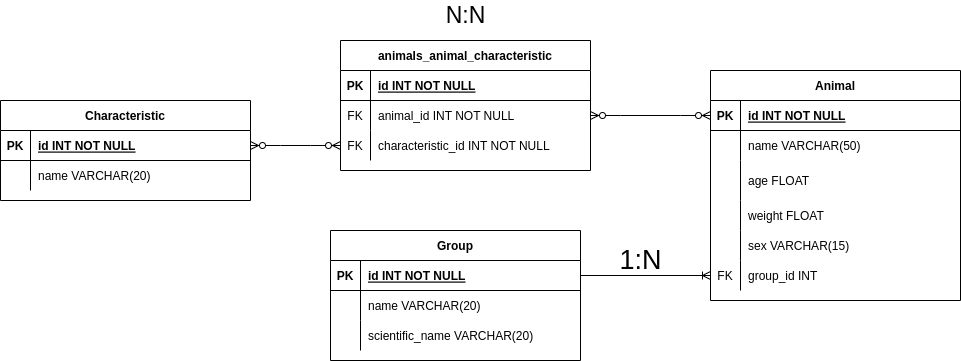
Earlier version of the draw.io export Kenzie Pet.drawio.png (guilopreti/kenzie-pet). Source tidied: cells renumbered, new cells last; positions are measured from the earlier drawing's top-left corner, leaving out a move shared by most shapes. Source of this version:
```xml
<mxGraphModel>
  <root>
    <mxCell id="0" />
    <mxCell id="1" parent="0" />
    <mxCell id="2" value="Characteristic" style="shape=table;startSize=30;rowLines=0;fontStyle=1;align=center;" parent="1" vertex="1">
      <mxGeometry y="100" width="250" height="100" as="geometry" />
    </mxCell>
    <mxCell id="3" style="shape=partialRectangle;fillColor=none;points=[[0,0.5],[1,0.5]];portConstraint=eastwest;top=0;left=0;right=0;bottom=1;" parent="2" vertex="1">
      <mxGeometry y="30" width="250" height="30" as="geometry" />
    </mxCell>
    <mxCell id="4" value="PK" style="shape=partialRectangle;overflow=hidden;fillColor=none;top=0;left=0;bottom=0;right=0;fontStyle=1;" parent="3" vertex="1">
      <mxGeometry width="30" height="30" as="geometry" />
    </mxCell>
    <mxCell id="5" value="id INT NOT NULL " style="shape=partialRectangle;overflow=hidden;fillColor=none;top=0;left=0;bottom=0;right=0;align=left;spacingLeft=6;fontStyle=5;" parent="3" vertex="1">
      <mxGeometry x="30" width="220" height="30" as="geometry" />
    </mxCell>
    <mxCell id="6" style="shape=partialRectangle;fillColor=none;top=0;left=0;right=0;bottom=0;" parent="2" vertex="1">
      <mxGeometry y="60" width="250" height="30" as="geometry" />
    </mxCell>
    <mxCell id="7" style="shape=partialRectangle;overflow=hidden;fillColor=none;top=0;left=0;bottom=0;right=0;" parent="6" vertex="1">
      <mxGeometry width="30" height="30" as="geometry" />
    </mxCell>
    <mxCell id="8" value="name VARCHAR(20)" style="shape=partialRectangle;overflow=hidden;fillColor=none;top=0;left=0;bottom=0;right=0;align=left;spacingLeft=6;" parent="6" vertex="1">
      <mxGeometry x="30" width="220" height="30" as="geometry" />
    </mxCell>
    <mxCell id="9" value="Group" style="shape=table;startSize=30;rowLines=0;fontStyle=1;align=center;" parent="1" vertex="1">
      <mxGeometry x="330" y="230" width="250" height="130" as="geometry" />
    </mxCell>
    <mxCell id="10" style="shape=partialRectangle;fillColor=none;points=[[0,0.5],[1,0.5]];portConstraint=eastwest;top=0;left=0;right=0;bottom=1;" parent="9" vertex="1">
      <mxGeometry y="30" width="250" height="30" as="geometry" />
    </mxCell>
    <mxCell id="11" value="PK" style="shape=partialRectangle;overflow=hidden;fillColor=none;top=0;left=0;bottom=0;right=0;fontStyle=1;" parent="10" vertex="1">
      <mxGeometry width="30" height="30" as="geometry" />
    </mxCell>
    <mxCell id="12" value="id INT NOT NULL " style="shape=partialRectangle;overflow=hidden;fillColor=none;top=0;left=0;bottom=0;right=0;align=left;spacingLeft=6;fontStyle=5;" parent="10" vertex="1">
      <mxGeometry x="30" width="220" height="30" as="geometry" />
    </mxCell>
    <mxCell id="13" style="shape=partialRectangle;fillColor=none;top=0;left=0;right=0;bottom=0;" parent="9" vertex="1">
      <mxGeometry y="60" width="250" height="30" as="geometry" />
    </mxCell>
    <mxCell id="14" style="shape=partialRectangle;overflow=hidden;fillColor=none;top=0;left=0;bottom=0;right=0;" parent="13" vertex="1">
      <mxGeometry width="30" height="30" as="geometry" />
    </mxCell>
    <mxCell id="15" value="name VARCHAR(20)" style="shape=partialRectangle;overflow=hidden;fillColor=none;top=0;left=0;bottom=0;right=0;align=left;spacingLeft=6;" parent="13" vertex="1">
      <mxGeometry x="30" width="220" height="30" as="geometry" />
    </mxCell>
    <mxCell id="16" style="shape=partialRectangle;fillColor=none;top=0;left=0;right=0;bottom=0;" parent="9" vertex="1">
      <mxGeometry y="90" width="250" height="30" as="geometry" />
    </mxCell>
    <mxCell id="17" style="shape=partialRectangle;overflow=hidden;fillColor=none;top=0;left=0;bottom=0;right=0;" parent="16" vertex="1">
      <mxGeometry width="30" height="30" as="geometry" />
    </mxCell>
    <mxCell id="18" value="scientific_name VARCHAR(20)" style="shape=partialRectangle;overflow=hidden;fillColor=none;top=0;left=0;bottom=0;right=0;align=left;spacingLeft=6;" parent="16" vertex="1">
      <mxGeometry x="30" width="220" height="30" as="geometry" />
    </mxCell>
    <mxCell id="19" value="Animal" style="shape=table;startSize=30;rowLines=0;fontStyle=1;align=center;" parent="1" vertex="1">
      <mxGeometry x="710" y="70" width="250" height="230" as="geometry" />
    </mxCell>
    <mxCell id="20" style="shape=partialRectangle;fillColor=none;points=[[0,0.5],[1,0.5]];portConstraint=eastwest;top=0;left=0;right=0;bottom=1;" parent="19" vertex="1">
      <mxGeometry y="30" width="250" height="30" as="geometry" />
    </mxCell>
    <mxCell id="21" value="PK" style="shape=partialRectangle;overflow=hidden;fillColor=none;top=0;left=0;bottom=0;right=0;fontStyle=1;" parent="20" vertex="1">
      <mxGeometry width="30" height="30" as="geometry" />
    </mxCell>
    <mxCell id="22" value="id INT NOT NULL " style="shape=partialRectangle;overflow=hidden;fillColor=none;top=0;left=0;bottom=0;right=0;align=left;spacingLeft=6;fontStyle=5;" parent="20" vertex="1">
      <mxGeometry x="30" width="220" height="30" as="geometry" />
    </mxCell>
    <mxCell id="23" style="shape=partialRectangle;fillColor=none;top=0;left=0;right=0;bottom=0;" parent="19" vertex="1">
      <mxGeometry y="60" width="250" height="30" as="geometry" />
    </mxCell>
    <mxCell id="24" style="shape=partialRectangle;overflow=hidden;fillColor=none;top=0;left=0;bottom=0;right=0;" parent="23" vertex="1">
      <mxGeometry width="30" height="30" as="geometry" />
    </mxCell>
    <mxCell id="25" value="name VARCHAR(50)" style="shape=partialRectangle;overflow=hidden;fillColor=none;top=0;left=0;bottom=0;right=0;align=left;spacingLeft=6;" parent="23" vertex="1">
      <mxGeometry x="30" width="220" height="30" as="geometry" />
    </mxCell>
    <mxCell id="26" style="shape=partialRectangle;fillColor=none;top=0;left=0;right=0;bottom=0;" parent="19" vertex="1">
      <mxGeometry y="90" width="250" height="40" as="geometry" />
    </mxCell>
    <mxCell id="27" style="shape=partialRectangle;overflow=hidden;fillColor=none;top=0;left=0;bottom=0;right=0;" parent="26" vertex="1">
      <mxGeometry width="30" height="40" as="geometry" />
    </mxCell>
    <mxCell id="28" value="age FLOAT" style="shape=partialRectangle;overflow=hidden;fillColor=none;top=0;left=0;bottom=0;right=0;align=left;spacingLeft=6;" parent="26" vertex="1">
      <mxGeometry x="30" width="220" height="40" as="geometry" />
    </mxCell>
    <mxCell id="29" style="shape=partialRectangle;fillColor=none;top=0;left=0;right=0;bottom=0;" parent="19" vertex="1">
      <mxGeometry y="130" width="250" height="30" as="geometry" />
    </mxCell>
    <mxCell id="30" style="shape=partialRectangle;overflow=hidden;fillColor=none;top=0;left=0;bottom=0;right=0;" parent="29" vertex="1">
      <mxGeometry width="30" height="30" as="geometry" />
    </mxCell>
    <mxCell id="31" value="weight FLOAT" style="shape=partialRectangle;overflow=hidden;fillColor=none;top=0;left=0;bottom=0;right=0;align=left;spacingLeft=6;" parent="29" vertex="1">
      <mxGeometry x="30" width="220" height="30" as="geometry" />
    </mxCell>
    <mxCell id="32" style="shape=partialRectangle;fillColor=none;top=0;left=0;right=0;bottom=0;" parent="19" vertex="1">
      <mxGeometry y="160" width="250" height="30" as="geometry" />
    </mxCell>
    <mxCell id="33" style="shape=partialRectangle;overflow=hidden;fillColor=none;top=0;left=0;bottom=0;right=0;" parent="32" vertex="1">
      <mxGeometry width="30" height="30" as="geometry" />
    </mxCell>
    <mxCell id="34" value="sex VARCHAR(15)" style="shape=partialRectangle;overflow=hidden;fillColor=none;top=0;left=0;bottom=0;right=0;align=left;spacingLeft=6;" parent="32" vertex="1">
      <mxGeometry x="30" width="220" height="30" as="geometry" />
    </mxCell>
    <mxCell id="35" style="shape=partialRectangle;fillColor=none;top=0;left=0;right=0;bottom=0;" parent="19" vertex="1">
      <mxGeometry y="190" width="250" height="30" as="geometry" />
    </mxCell>
    <mxCell id="36" value="FK" style="shape=partialRectangle;overflow=hidden;fillColor=none;top=0;left=0;bottom=0;right=0;" parent="35" vertex="1">
      <mxGeometry width="30" height="30" as="geometry" />
    </mxCell>
    <mxCell id="37" value="group_id INT" style="shape=partialRectangle;overflow=hidden;fillColor=none;top=0;left=0;bottom=0;right=0;align=left;spacingLeft=6;" parent="35" vertex="1">
      <mxGeometry x="30" width="220" height="30" as="geometry" />
    </mxCell>
    <mxCell id="38" style="edgeStyle=none;rounded=0;orthogonalLoop=1;jettySize=auto;html=1;exitX=0.5;exitY=0;exitDx=0;exitDy=0;" parent="1" edge="1" source="9" target="9">
      <mxGeometry relative="1" as="geometry" />
    </mxCell>
    <mxCell id="39" style="fontSize=12;html=1;endArrow=ERoneToMany;rounded=0;exitX=1;exitY=0.5;exitDx=0;exitDy=0;" parent="1" edge="1" source="10">
      <mxGeometry relative="1" as="geometry">
        <mxPoint x="710" y="275" as="targetPoint" />
      </mxGeometry>
    </mxCell>
    <mxCell id="40" value="animals_animal_characteristic" style="shape=table;startSize=30;rowLines=0;fontStyle=1;align=center;" parent="1" vertex="1">
      <mxGeometry x="340" y="40" width="250" height="130" as="geometry" />
    </mxCell>
    <mxCell id="41" style="shape=partialRectangle;fillColor=none;top=0;left=0;right=0;bottom=1;" parent="40" vertex="1">
      <mxGeometry y="30" width="250" height="30" as="geometry" />
    </mxCell>
    <mxCell id="42" value="PK" style="shape=partialRectangle;overflow=hidden;fillColor=none;top=0;left=0;bottom=0;right=0;fontStyle=1;" parent="41" vertex="1">
      <mxGeometry width="30" height="30" as="geometry" />
    </mxCell>
    <mxCell id="43" value="id INT NOT NULL " style="shape=partialRectangle;overflow=hidden;fillColor=none;top=0;left=0;bottom=0;right=0;align=left;spacingLeft=6;fontStyle=5;" parent="41" vertex="1">
      <mxGeometry x="30" width="220" height="30" as="geometry" />
    </mxCell>
    <mxCell id="44" style="shape=partialRectangle;fillColor=none;points=[[0,0.5],[1,0.5]];portConstraint=eastwest;top=0;left=0;right=0;bottom=0;" parent="40" vertex="1">
      <mxGeometry y="60" width="250" height="30" as="geometry" />
    </mxCell>
    <mxCell id="45" value="FK" style="shape=partialRectangle;overflow=hidden;fillColor=none;top=0;left=0;bottom=0;right=0;" parent="44" vertex="1">
      <mxGeometry width="30" height="30" as="geometry" />
    </mxCell>
    <mxCell id="46" value="animal_id INT NOT NULL" style="shape=partialRectangle;overflow=hidden;fillColor=none;top=0;left=0;bottom=0;right=0;align=left;spacingLeft=6;" parent="44" vertex="1">
      <mxGeometry x="30" width="220" height="30" as="geometry" />
    </mxCell>
    <mxCell id="47" style="shape=partialRectangle;fillColor=none;points=[[0,0.5],[1,0.5]];portConstraint=eastwest;top=0;left=0;right=0;bottom=0;" parent="40" vertex="1">
      <mxGeometry y="90" width="250" height="30" as="geometry" />
    </mxCell>
    <mxCell id="48" value="FK" style="shape=partialRectangle;overflow=hidden;fillColor=none;top=0;left=0;bottom=0;right=0;" parent="47" vertex="1">
      <mxGeometry width="30" height="30" as="geometry" />
    </mxCell>
    <mxCell id="49" value="characteristic_id INT NOT NULL" style="shape=partialRectangle;overflow=hidden;fillColor=none;top=0;left=0;bottom=0;right=0;align=left;spacingLeft=6;" parent="47" vertex="1">
      <mxGeometry x="30" width="220" height="30" as="geometry" />
    </mxCell>
    <mxCell id="50" style="edgeStyle=entityRelationEdgeStyle;fontSize=12;html=1;endArrow=ERzeroToMany;endFill=1;startArrow=ERzeroToMany;rounded=0;entryX=1;entryY=0.5;entryDx=0;entryDy=0;exitX=0;exitY=0.5;exitDx=0;exitDy=0;" parent="1" edge="1" source="47" target="3">
      <mxGeometry relative="1" as="geometry" />
    </mxCell>
    <mxCell id="51" style="edgeStyle=entityRelationEdgeStyle;fontSize=12;html=1;endArrow=ERzeroToMany;endFill=1;startArrow=ERzeroToMany;rounded=0;exitX=0;exitY=0.5;exitDx=0;exitDy=0;entryX=1;entryY=0.5;entryDx=0;entryDy=0;" parent="1" edge="1" source="20" target="44">
      <mxGeometry relative="1" as="geometry" />
    </mxCell>
    <mxCell id="52" value="N:N" style="text;html=1;align=center;verticalAlign=middle;strokeColor=none;fillColor=none;fontSize=23;" parent="1" vertex="1">
      <mxGeometry x="435" width="60" height="30" as="geometry" />
    </mxCell>
    <mxCell id="53" value="1:N" style="text;html=1;align=center;verticalAlign=middle;strokeColor=none;fillColor=none;fontSize=27;rotation=0;" parent="1" vertex="1">
      <mxGeometry x="610" y="240" width="60" height="40" as="geometry" />
    </mxCell>
  </root>
</mxGraphModel>
```
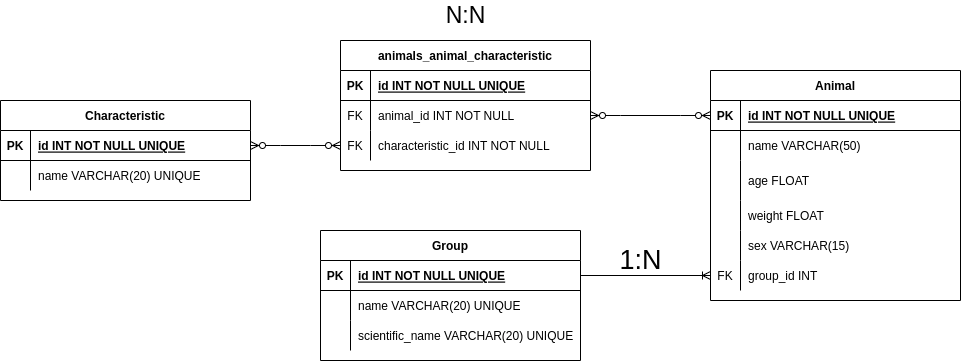
Later version of the same file.

Commit message:
feature: animals views, update and fix serializers and drawio

What changed in the source:
```diff
@@ -11,7 +11,7 @@
     <mxCell id="4" value="PK" style="shape=partialRectangle;overflow=hidden;fillColor=none;top=0;left=0;bottom=0;right=0;fontStyle=1;" parent="3" vertex="1">
       <mxGeometry width="30" height="30" as="geometry" />
     </mxCell>
-    <mxCell id="5" value="id INT NOT NULL " style="shape=partialRectangle;overflow=hidden;fillColor=none;top=0;left=0;bottom=0;right=0;align=left;spacingLeft=6;fontStyle=5;" parent="3" vertex="1">
+    <mxCell id="5" value="id INT NOT NULL UNIQUE" style="shape=partialRectangle;overflow=hidden;fillColor=none;top=0;left=0;bottom=0;right=0;align=left;spacingLeft=6;fontStyle=5;" parent="3" vertex="1">
       <mxGeometry x="30" width="220" height="30" as="geometry" />
     </mxCell>
     <mxCell id="6" style="shape=partialRectangle;fillColor=none;top=0;left=0;right=0;bottom=0;" parent="2" vertex="1">
@@ -20,38 +20,38 @@
     <mxCell id="7" style="shape=partialRectangle;overflow=hidden;fillColor=none;top=0;left=0;bottom=0;right=0;" parent="6" vertex="1">
       <mxGeometry width="30" height="30" as="geometry" />
     </mxCell>
-    <mxCell id="8" value="name VARCHAR(20)" style="shape=partialRectangle;overflow=hidden;fillColor=none;top=0;left=0;bottom=0;right=0;align=left;spacingLeft=6;" parent="6" vertex="1">
+    <mxCell id="8" value="name VARCHAR(20) UNIQUE" style="shape=partialRectangle;overflow=hidden;fillColor=none;top=0;left=0;bottom=0;right=0;align=left;spacingLeft=6;" parent="6" vertex="1">
       <mxGeometry x="30" width="220" height="30" as="geometry" />
     </mxCell>
     <mxCell id="9" value="Group" style="shape=table;startSize=30;rowLines=0;fontStyle=1;align=center;" parent="1" vertex="1">
-      <mxGeometry x="330" y="230" width="250" height="130" as="geometry" />
+      <mxGeometry x="320" y="230" width="260" height="130" as="geometry" />
     </mxCell>
     <mxCell id="10" style="shape=partialRectangle;fillColor=none;points=[[0,0.5],[1,0.5]];portConstraint=eastwest;top=0;left=0;right=0;bottom=1;" parent="9" vertex="1">
-      <mxGeometry y="30" width="250" height="30" as="geometry" />
+      <mxGeometry y="30" width="260" height="30" as="geometry" />
     </mxCell>
     <mxCell id="11" value="PK" style="shape=partialRectangle;overflow=hidden;fillColor=none;top=0;left=0;bottom=0;right=0;fontStyle=1;" parent="10" vertex="1">
       <mxGeometry width="30" height="30" as="geometry" />
     </mxCell>
-    <mxCell id="12" value="id INT NOT NULL " style="shape=partialRectangle;overflow=hidden;fillColor=none;top=0;left=0;bottom=0;right=0;align=left;spacingLeft=6;fontStyle=5;" parent="10" vertex="1">
-      <mxGeometry x="30" width="220" height="30" as="geometry" />
+    <mxCell id="12" value="id INT NOT NULL UNIQUE" style="shape=partialRectangle;overflow=hidden;fillColor=none;top=0;left=0;bottom=0;right=0;align=left;spacingLeft=6;fontStyle=5;" parent="10" vertex="1">
+      <mxGeometry x="30" width="230" height="30" as="geometry" />
     </mxCell>
     <mxCell id="13" style="shape=partialRectangle;fillColor=none;top=0;left=0;right=0;bottom=0;" parent="9" vertex="1">
-      <mxGeometry y="60" width="250" height="30" as="geometry" />
+      <mxGeometry y="60" width="260" height="30" as="geometry" />
     </mxCell>
     <mxCell id="14" style="shape=partialRectangle;overflow=hidden;fillColor=none;top=0;left=0;bottom=0;right=0;" parent="13" vertex="1">
       <mxGeometry width="30" height="30" as="geometry" />
     </mxCell>
-    <mxCell id="15" value="name VARCHAR(20)" style="shape=partialRectangle;overflow=hidden;fillColor=none;top=0;left=0;bottom=0;right=0;align=left;spacingLeft=6;" parent="13" vertex="1">
-      <mxGeometry x="30" width="220" height="30" as="geometry" />
+    <mxCell id="15" value="name VARCHAR(20) UNIQUE" style="shape=partialRectangle;overflow=hidden;fillColor=none;top=0;left=0;bottom=0;right=0;align=left;spacingLeft=6;" parent="13" vertex="1">
+      <mxGeometry x="30" width="230" height="30" as="geometry" />
     </mxCell>
     <mxCell id="16" style="shape=partialRectangle;fillColor=none;top=0;left=0;right=0;bottom=0;" parent="9" vertex="1">
-      <mxGeometry y="90" width="250" height="30" as="geometry" />
+      <mxGeometry y="90" width="260" height="30" as="geometry" />
     </mxCell>
     <mxCell id="17" style="shape=partialRectangle;overflow=hidden;fillColor=none;top=0;left=0;bottom=0;right=0;" parent="16" vertex="1">
       <mxGeometry width="30" height="30" as="geometry" />
     </mxCell>
-    <mxCell id="18" value="scientific_name VARCHAR(20)" style="shape=partialRectangle;overflow=hidden;fillColor=none;top=0;left=0;bottom=0;right=0;align=left;spacingLeft=6;" parent="16" vertex="1">
-      <mxGeometry x="30" width="220" height="30" as="geometry" />
+    <mxCell id="18" value="scientific_name VARCHAR(20) UNIQUE" style="shape=partialRectangle;overflow=hidden;fillColor=none;top=0;left=0;bottom=0;right=0;align=left;spacingLeft=6;" parent="16" vertex="1">
+      <mxGeometry x="30" width="230" height="30" as="geometry" />
     </mxCell>
     <mxCell id="19" value="Animal" style="shape=table;startSize=30;rowLines=0;fontStyle=1;align=center;" parent="1" vertex="1">
       <mxGeometry x="710" y="70" width="250" height="230" as="geometry" />
@@ -62,7 +62,7 @@
     <mxCell id="21" value="PK" style="shape=partialRectangle;overflow=hidden;fillColor=none;top=0;left=0;bottom=0;right=0;fontStyle=1;" parent="20" vertex="1">
       <mxGeometry width="30" height="30" as="geometry" />
     </mxCell>
-    <mxCell id="22" value="id INT NOT NULL " style="shape=partialRectangle;overflow=hidden;fillColor=none;top=0;left=0;bottom=0;right=0;align=left;spacingLeft=6;fontStyle=5;" parent="20" vertex="1">
+    <mxCell id="22" value="id INT NOT NULL UNIQUE" style="shape=partialRectangle;overflow=hidden;fillColor=none;top=0;left=0;bottom=0;right=0;align=left;spacingLeft=6;fontStyle=5;" parent="20" vertex="1">
       <mxGeometry x="30" width="220" height="30" as="geometry" />
     </mxCell>
     <mxCell id="23" style="shape=partialRectangle;fillColor=none;top=0;left=0;right=0;bottom=0;" parent="19" vertex="1">
@@ -127,7 +127,7 @@
     <mxCell id="42" value="PK" style="shape=partialRectangle;overflow=hidden;fillColor=none;top=0;left=0;bottom=0;right=0;fontStyle=1;" parent="41" vertex="1">
       <mxGeometry width="30" height="30" as="geometry" />
     </mxCell>
-    <mxCell id="43" value="id INT NOT NULL " style="shape=partialRectangle;overflow=hidden;fillColor=none;top=0;left=0;bottom=0;right=0;align=left;spacingLeft=6;fontStyle=5;" parent="41" vertex="1">
+    <mxCell id="43" value="id INT NOT NULL UNIQUE" style="shape=partialRectangle;overflow=hidden;fillColor=none;top=0;left=0;bottom=0;right=0;align=left;spacingLeft=6;fontStyle=5;" parent="41" vertex="1">
       <mxGeometry x="30" width="220" height="30" as="geometry" />
     </mxCell>
     <mxCell id="44" style="shape=partialRectangle;fillColor=none;points=[[0,0.5],[1,0.5]];portConstraint=eastwest;top=0;left=0;right=0;bottom=0;" parent="40" vertex="1">
```
